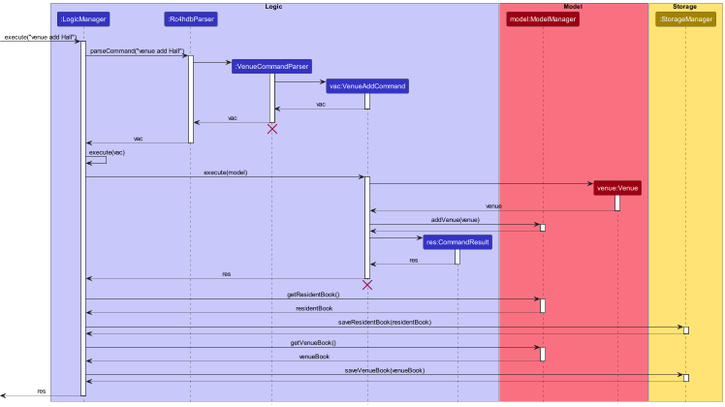
Earlier version of the PlantUML export docs/images/VenueAddCommandSequenceDiagram.png (nus-cs2103-AY2223S1/tp). Source of this version:
```plantuml
@startuml
!include style.puml

box Logic LOGIC_COLOR_T1
participant ":LogicManager" as LogicManager LOGIC_COLOR
participant ":Rc4hdbParser" as Rc4hdbParser LOGIC_COLOR
participant ":VenueCommandParser" as VenueCommandParser LOGIC_COLOR
participant "vac:VenueAddCommand" as VenueAddCommand LOGIC_COLOR
participant "res:CommandResult" as CommandResult LOGIC_COLOR
end box

box Model MODEL_COLOR_T1
participant "model:ModelManager" as ModelManager MODEL_COLOR
participant "venue:Venue" as Venue MODEL_COLOR
end box

box Storage STORAGE_COLOR_T1
participant ":StorageManager" as StorageManager STORAGE_COLOR
end box

[-> LogicManager : execute("venue add Hall")
activate LogicManager

LogicManager -> Rc4hdbParser : parseCommand("venue add Hall")
activate Rc4hdbParser

create VenueCommandParser
Rc4hdbParser -> VenueCommandParser
activate VenueCommandParser

create VenueAddCommand
VenueCommandParser -> VenueAddCommand
activate VenueAddCommand

VenueAddCommand --> VenueCommandParser : vac
deactivate VenueAddCommand

VenueCommandParser --> Rc4hdbParser : vac
deactivate VenueCommandParser
VenueCommandParser -[hidden]-> Rc4hdbParser
destroy VenueCommandParser

Rc4hdbParser --> LogicManager : vac
deactivate Rc4hdbParser

LogicManager -> LogicManager : execute(vac)

LogicManager -> VenueAddCommand : execute(model)
activate VenueAddCommand

create Venue
VenueAddCommand -> Venue
activate Venue

Venue --> VenueAddCommand : venue
deactivate Venue

VenueAddCommand -> ModelManager : addVenue(venue)
activate ModelManager

ModelManager --> VenueAddCommand
deactivate ModelManager

create CommandResult
VenueAddCommand -> CommandResult
activate CommandResult

CommandResult --> VenueAddCommand : res
deactivate CommandResult

VenueAddCommand --> LogicManager : res
deactivate VenueAddCommand
VenueAddCommand -[hidden]-> LogicManager
destroy VenueAddCommand

LogicManager -> ModelManager : getResidentBook()
activate ModelManager
ModelManager --> LogicManager : residentBook
deactivate ModelManager

LogicManager -> StorageManager : saveResidentBook(residentBook)
activate StorageManager
StorageManager --> LogicManager
deactivate StorageManager

LogicManager -> ModelManager : getVenueBook()
activate ModelManager
ModelManager --> LogicManager : venueBook
deactivate ModelManager

LogicManager -> StorageManager : saveVenueBook(venueBook)
activate StorageManager
StorageManager --> LogicManager
deactivate StorageManager

LogicManager -->[ : res
deactivate LogicManager

@enduml
```
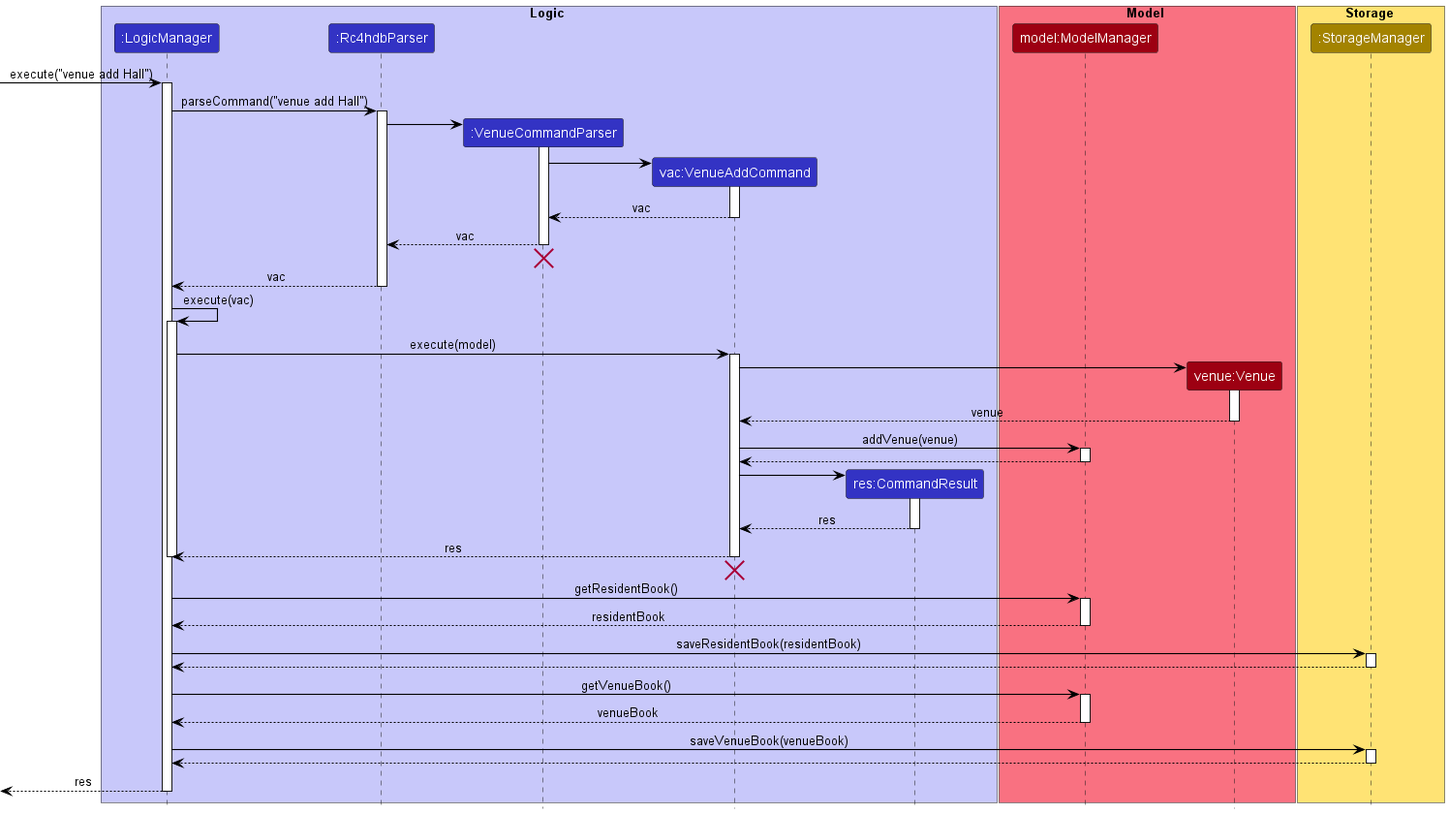
Above is the later version.

The edit, as a diff of the source:
```diff
@@ -1,5 +1,7 @@
 @startuml
 !include style.puml
+skinparam arrowThickness 1.1
+skinparam arrowColor BLACK
 
 box Logic LOGIC_COLOR_T1
 participant ":LogicManager" as LogicManager LOGIC_COLOR
@@ -44,6 +46,8 @@
 deactivate Rc4hdbParser
 
 LogicManager -> LogicManager : execute(vac)
+activate LogicManager
+
 
 LogicManager -> VenueAddCommand : execute(model)
 activate VenueAddCommand
@@ -69,6 +73,7 @@
 deactivate CommandResult
 
 VenueAddCommand --> LogicManager : res
+deactivate LogicManager
 deactivate VenueAddCommand
 VenueAddCommand -[hidden]-> LogicManager
 destroy VenueAddCommand
```
